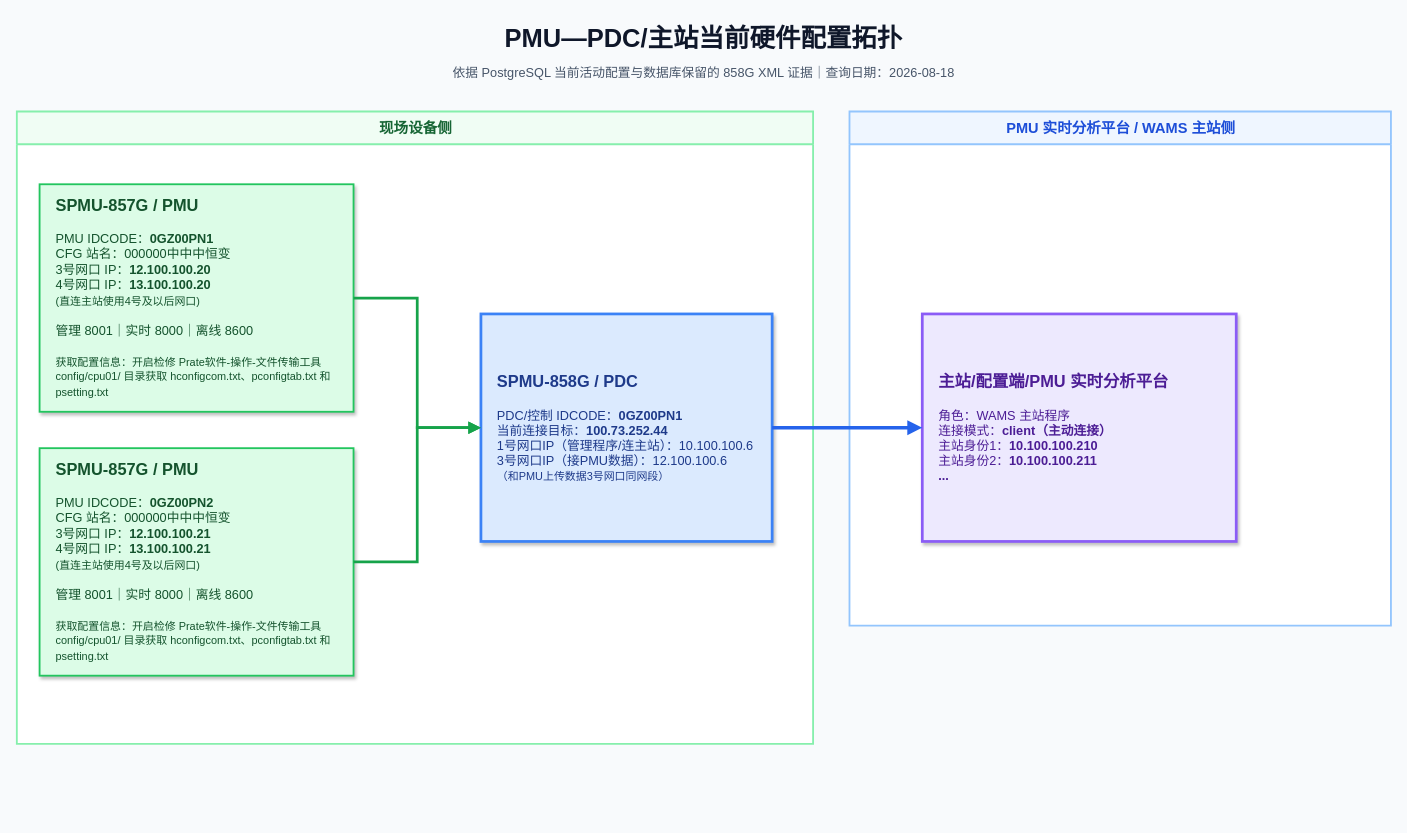
This is page "01 当前生效拓扑" (1 of 2) of 未命名绘图.drawio from Deain/adsho, a draw.io file, before an edit. Source tidied: cells renumbered, new cells numbered last; positions are measured from the earlier drawing's top-left corner, leaving out a move shared by most shapes. Both pictures are drawn from the tidied source at 91%, with x=0, y=0 at pixel (16, 15).
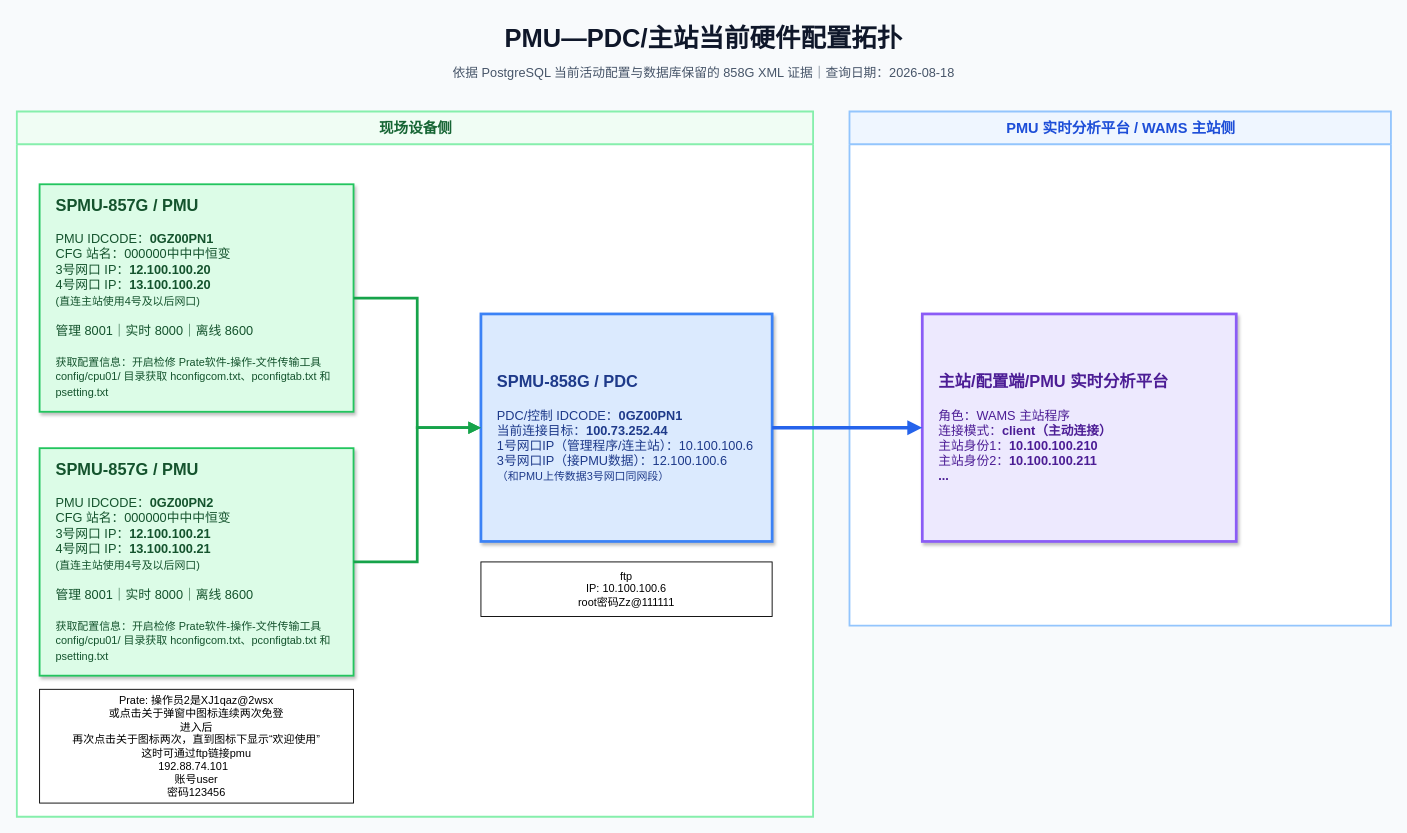
Above is the later version.

Commit message:
更新未命名绘图.drawio

Diff of the diagram source:
```diff
@@
 <mxGraphModel background="#f8fafc">
   <root>
     <mxCell id="0" />
     <mxCell id="1" parent="0" />
     <mxCell id="2" value="PMU—PDC/主站当前硬件配置拓扑" style="text;html=1;align=center;verticalAlign=middle;whiteSpace=wrap;fontSize=28;fontStyle=1;fontColor=#0f172a;" parent="1" vertex="1">
       <mxGeometry x="205" width="1100" height="50" as="geometry" />
     </mxCell>
     <mxCell id="3" value="依据 PostgreSQL 当前活动配置与数据库保留的 858G XML 证据｜查询日期：2026-08-18" style="text;html=1;align=center;verticalAlign=middle;whiteSpace=wrap;fontSize=14;fontColor=#475569;" parent="1" vertex="1">
       <mxGeometry x="255" y="48" width="1000" height="30" as="geometry" />
     </mxCell>
     <mxCell id="4" value="现场设备侧" style="swimlane;html=1;rounded=1;startSize=36;fillColor=#f0fdf4;swimlaneFillColor=#ffffff;strokeColor=#86efac;strokeWidth=2;fontSize=16;fontStyle=1;fontColor=#166534;horizontal=1;arcSize=0;" parent="1" vertex="1">
-      <mxGeometry y="105" width="875" height="695" as="geometry" />
+      <mxGeometry y="105" width="875" height="775" as="geometry" />
     </mxCell>
     <mxCell id="5" value="&lt;b style=&quot;font-size:18px&quot;&gt;SPMU-857G / PMU&lt;/b&gt;&lt;br&gt;&lt;br&gt;PMU IDCODE：&lt;b&gt;0GZ00PN2&lt;/b&gt;&lt;br&gt;CFG 站名：000000中中中恒变&lt;br&gt;3号网口 IP：&lt;b&gt;12.100.100.21&lt;/b&gt;&lt;br&gt;4号网口 IP：&lt;b&gt;13.100.100.21&lt;/b&gt;&lt;div&gt;&lt;font style=&quot;font-size: 12px;&quot;&gt;(直连主站使用4号及以后网口)&lt;/font&gt;&lt;/div&gt;&lt;div&gt;&lt;br&gt;&lt;/div&gt;&lt;div&gt;&lt;div&gt;管理 8001｜实时 8000｜离线 8600&lt;/div&gt;&lt;/div&gt;&lt;div&gt;&lt;br&gt;&lt;/div&gt;&lt;div&gt;&lt;font style=&quot;font-size: 12px;&quot;&gt;获取配置信息：开启检修 Prate软件-操作-文件传输工具&lt;/font&gt;&lt;/div&gt;&lt;div&gt;&lt;font style=&quot;&quot;&gt;&lt;span style=&quot;font-size: 12px;&quot;&gt;config/cpu01/ 目录获取 hconfigcom.txt、pconfigtab.txt 和 psetting.txt&lt;/span&gt;&lt;/font&gt;&lt;/div&gt;" style="rounded=1;whiteSpace=wrap;html=1;align=left;spacing=18;fillColor=#dcfce7;strokeColor=#22c55e;strokeWidth=2;fontSize=14;fontColor=#14532d;shadow=1;arcSize=0;" parent="4" vertex="1">
       <mxGeometry x="25" y="370" width="345" height="250" as="geometry" />
     </mxCell>
     <mxCell id="6" value="&lt;b style=&quot;font-size:18px&quot;&gt;SPMU-858G / PDC&lt;/b&gt;&lt;br&gt;&lt;br&gt;PDC/控制 IDCODE：&lt;b&gt;0GZ00PN1&lt;/b&gt;&lt;br&gt;当前连接目标：&lt;b&gt;100.73.252.44&lt;/b&gt;&lt;br&gt;1号网口IP（管理程序/连主站）：10.100.100.6&lt;div&gt;3号网口IP（接PMU数据）：12.100.100.6&lt;/div&gt;&lt;div&gt;&lt;font style=&quot;font-size: 12px;&quot;&gt;（和PMU上传数据3号网口同网段）&lt;/font&gt;&lt;/div&gt;" style="rounded=1;whiteSpace=wrap;html=1;align=left;spacing=18;fillColor=#dbeafe;strokeColor=#3b82f6;strokeWidth=3;fontSize=14;fontColor=#1e3a8a;shadow=1;arcSize=0;" parent="4" vertex="1">
       <mxGeometry x="510" y="222.5" width="320" height="250" as="geometry" />
     </mxCell>
     <mxCell id="7" style="edgeStyle=orthogonalEdgeStyle;rounded=0;html=1;startArrow=none;startFill=0;endArrow=block;endFill=1;strokeWidth=3;strokeColor=#16a34a;fontSize=13;fontStyle=1;labelBackgroundColor=#ffffff;exitX=1;exitY=0.5;entryX=0;entryY=0.5;exitDx=0;exitDy=0;entryDx=0;entryDy=0;" parent="4" edge="1" source="5" target="6">
       <mxGeometry relative="1" as="geometry" />
     </mxCell>
+    <mxCell id="13" value="ftp&lt;div&gt;IP:&amp;nbsp;10.100.100.6&lt;/div&gt;&lt;div&gt;root密码Zz@111111&lt;/div&gt;" style="rounded=0;whiteSpace=wrap;html=1;" parent="4" vertex="1">
+      <mxGeometry x="510" y="495" width="320" height="60" as="geometry" />
+    </mxCell>
+    <mxCell id="14" value="Prate: 操作员2是XJ1qaz@2wsx &lt;br&gt;或点击关于弹窗中图标连续两次免登&lt;br&gt;进入后&lt;br&gt;再次点击关于图标两次，直到图标下显示“欢迎使用”&lt;br&gt;这时可通过ftp链接pmu&lt;div&gt;192.88.74.101&amp;nbsp;&amp;nbsp;&lt;br&gt;&lt;div&gt;账号user&lt;/div&gt;&lt;div&gt;密码123456&lt;/div&gt;&lt;/div&gt;" style="rounded=0;whiteSpace=wrap;html=1;" parent="4" vertex="1">
+      <mxGeometry x="25" y="635" width="345" height="125" as="geometry" />
+    </mxCell>
     <mxCell id="8" value="PMU 实时分析平台 / WAMS 主站侧" style="swimlane;html=1;rounded=1;startSize=36;fillColor=#eff6ff;swimlaneFillColor=#ffffff;strokeColor=#93c5fd;strokeWidth=2;fontSize=16;fontStyle=1;fontColor=#1d4ed8;horizontal=1;arcSize=0;" parent="1" vertex="1">
       <mxGeometry x="915" y="105" width="595" height="565" as="geometry" />
     </mxCell>
     <mxCell id="9" value="&lt;b style=&quot;font-size:18px&quot;&gt;主站/配置端/PMU 实时分析平台&lt;/b&gt;&lt;br&gt;&lt;br&gt;角色：WAMS 主站程序&lt;br&gt;连接模式：&lt;b&gt;client（主动连接）&lt;/b&gt;&lt;br&gt;主站身份1：&lt;b&gt;10.100.100.210&lt;/b&gt;&lt;br&gt;主站身份2：&lt;b&gt;10.100.100.211&lt;/b&gt;&lt;div&gt;&lt;b&gt;...&lt;/b&gt;&lt;/div&gt;" style="rounded=1;whiteSpace=wrap;html=1;align=left;spacing=18;fillColor=#ede9fe;strokeColor=#8b5cf6;strokeWidth=3;fontSize=14;fontColor=#4c1d95;shadow=1;arcSize=0;" parent="8" vertex="1">
       <mxGeometry x="80" y="222.5" width="345" height="250" as="geometry" />
     </mxCell>
     <mxCell id="10" value="&lt;b style=&quot;font-size:18px&quot;&gt;SPMU-857G / PMU&lt;/b&gt;&lt;br&gt;&lt;br&gt;PMU IDCODE：&lt;b&gt;0GZ00PN1&lt;/b&gt;&lt;br&gt;CFG 站名：000000中中中恒变&lt;br&gt;3号网口 IP：&lt;b&gt;12.100.100.20&lt;/b&gt;&lt;br&gt;4号网口 IP：&lt;b&gt;13.100.100.20&lt;/b&gt;&lt;div&gt;&lt;font style=&quot;font-size: 12px;&quot;&gt;(直连主站使用4号及以后网口)&lt;/font&gt;&lt;/div&gt;&lt;div&gt;&lt;br&gt;&lt;/div&gt;&lt;div&gt;&lt;div&gt;管理 8001｜实时 8000｜离线 8600&lt;/div&gt;&lt;/div&gt;&lt;div&gt;&lt;br&gt;&lt;/div&gt;&lt;div&gt;&lt;font style=&quot;font-size: 12px;&quot;&gt;获取配置信息：开启检修 Prate软件-操作-文件传输工具&lt;/font&gt;&lt;/div&gt;&lt;div&gt;&lt;font style=&quot;&quot;&gt;&lt;span style=&quot;font-size: 12px;&quot;&gt;config/cpu01/ 目录获取 hconfigcom.txt、pconfigtab.txt 和 psetting.txt&lt;/span&gt;&lt;/font&gt;&lt;/div&gt;" style="rounded=1;whiteSpace=wrap;html=1;align=left;spacing=18;fillColor=#dcfce7;strokeColor=#22c55e;strokeWidth=2;fontSize=14;fontColor=#14532d;shadow=1;arcSize=0;" parent="1" vertex="1">
       <mxGeometry x="25" y="185" width="345" height="250" as="geometry" />
     </mxCell>
     <mxCell id="11" style="edgeStyle=orthogonalEdgeStyle;rounded=0;html=1;startArrow=none;startFill=0;endArrow=block;endFill=1;strokeWidth=3;strokeColor=#16a34a;fontSize=13;fontStyle=1;labelBackgroundColor=#ffffff;exitX=1;exitY=0.5;entryX=0;entryY=0.5;" parent="1" edge="1" source="10" target="6">
       <mxGeometry relative="1" as="geometry" />
     </mxCell>
     <mxCell id="12" style="edgeStyle=orthogonalEdgeStyle;rounded=0;html=1;startArrow=block;startFill=1;endArrow=none;endFill=0;strokeWidth=4;strokeColor=#2563eb;fontSize=13;fontStyle=1;labelBackgroundColor=#ffffff;exitX=0;exitY=0.5;entryX=1;entryY=0.5;" parent="1" edge="1" source="9" target="6">
       <mxGeometry relative="1" as="geometry" />
     </mxCell>
   </root>
 </mxGraphModel>
```
